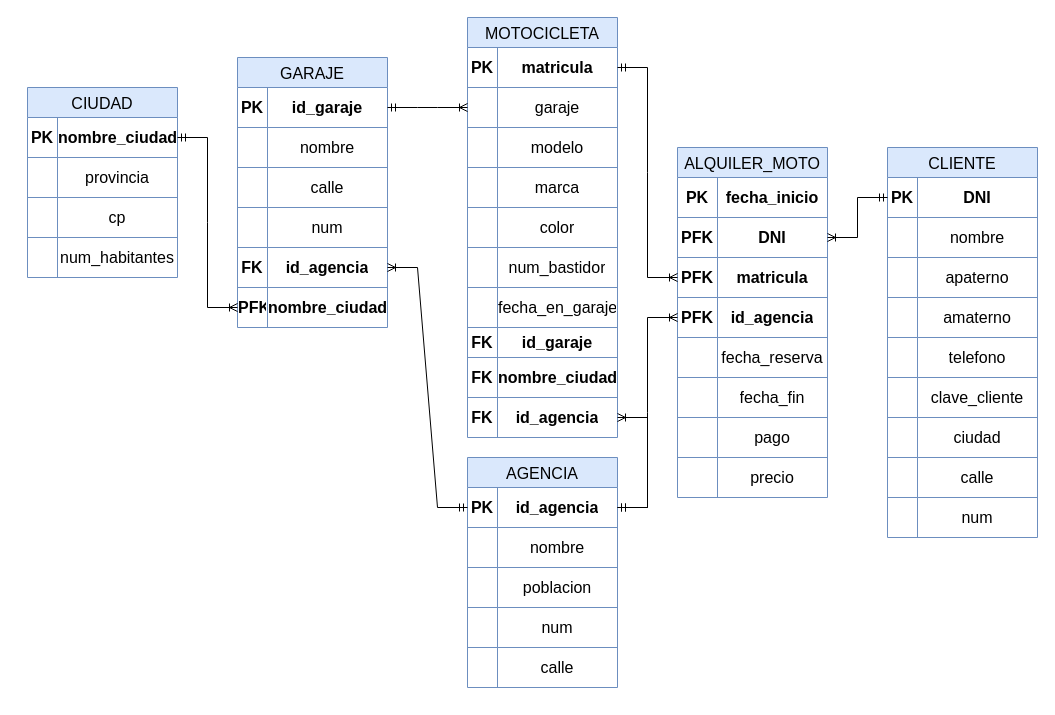
Earlier version of the draw.io diagram Modelo Relacional Motocicletas TBD.drawio (misiomishi/itcj). Source tidied: cells renumbered, new cells numbered last; positions are measured from the earlier drawing's top-left corner, leaving out a move shared by most shapes. Both pictures are drawn from the tidied source at 100%, with x=0, y=0 at pixel (27, 17).
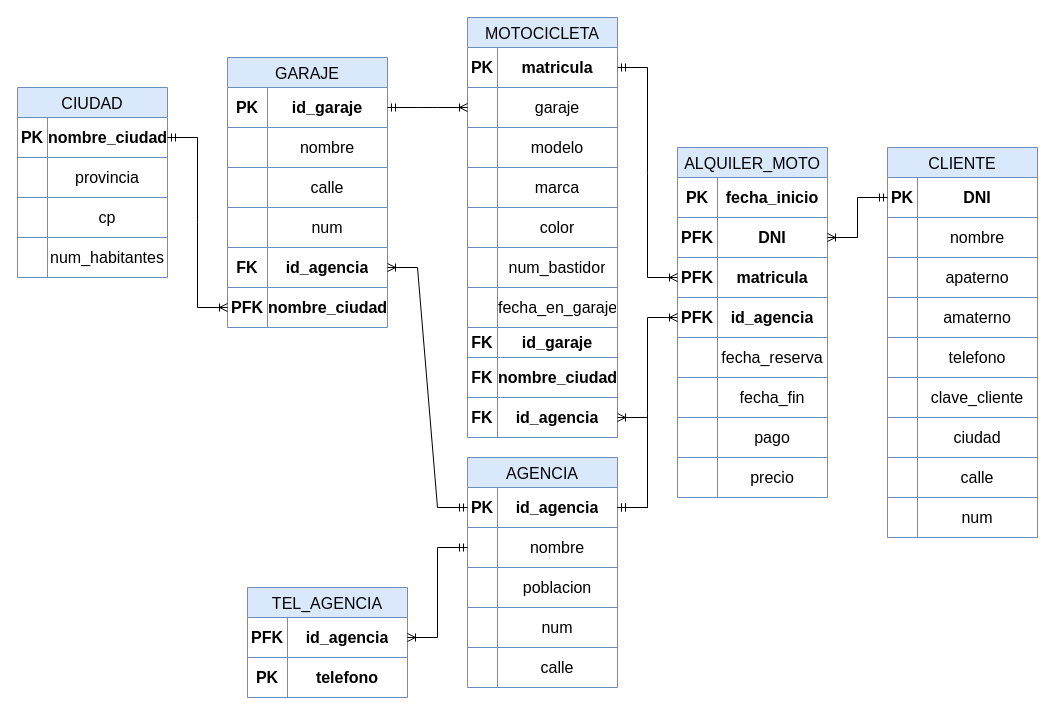
The same diagram, later.

Unchanged cells that the change refers to:
```xml
<mxCell id="19" style="shape=tableRow;horizontal=0;startSize=0;swimlaneHead=0;swimlaneBody=0;strokeColor=inherit;top=0;left=0;bottom=0;right=0;fillColor=none;points=[[0,0.5],[1,0.5]];portConstraint=eastwest;fontSize=16;" parent="15" vertex="1">
  <mxGeometry y="70" width="150" height="40" as="geometry" />
</mxCell>
```

Diff of the diagram source:
```diff
@@
     <mxCell id="2" value="CIUDAD" style="shape=table;startSize=30;childLayout=tableLayout;strokeColor=#6c8ebf;fontSize=16;fillColor=#dae8fc;" parent="1" vertex="1">
-      <mxGeometry y="70" width="150" height="190" as="geometry" />
+      <mxGeometry x="-10" y="70" width="150" height="190" as="geometry" />
     </mxCell>
@@
     <mxCell id="90" value="GARAJE" style="shape=table;startSize=30;childLayout=tableLayout;strokeColor=#6c8ebf;fontSize=16;fillColor=#dae8fc;" parent="1" vertex="1">
-      <mxGeometry x="210" y="40" width="150" height="270" as="geometry" />
+      <mxGeometry x="200" y="40" width="160" height="270" as="geometry" />
     </mxCell>
     <mxCell id="91" style="shape=tableRow;horizontal=0;startSize=0;swimlaneHead=0;swimlaneBody=0;strokeColor=inherit;top=0;left=0;bottom=0;right=0;fillColor=none;points=[[0,0.5],[1,0.5]];portConstraint=eastwest;fontSize=16;" parent="90" vertex="1">
-      <mxGeometry y="30" width="150" height="40" as="geometry" />
+      <mxGeometry y="30" width="160" height="40" as="geometry" />
     </mxCell>
     <mxCell id="92" value="PK" style="shape=partialRectangle;html=1;whiteSpace=wrap;strokeColor=inherit;overflow=hidden;fillColor=none;top=0;left=0;bottom=0;right=0;fontSize=16;fontStyle=1;" parent="91" vertex="1">
-      <mxGeometry width="30" height="40" as="geometry" />
+      <mxGeometry width="40" height="40" as="geometry" />
     </mxCell>
     <mxCell id="93" value="id_garaje" style="shape=partialRectangle;html=1;whiteSpace=wrap;strokeColor=inherit;overflow=hidden;fillColor=none;top=0;left=0;bottom=0;right=0;fontSize=16;fontStyle=1;" parent="91" vertex="1">
-      <mxGeometry x="30" width="120" height="40" as="geometry" />
+      <mxGeometry x="40" width="120" height="40" as="geometry" />
     </mxCell>
     <mxCell id="94" style="shape=tableRow;horizontal=0;startSize=0;swimlaneHead=0;swimlaneBody=0;strokeColor=inherit;top=0;left=0;bottom=0;right=0;fillColor=none;fontSize=16;" parent="90" vertex="1">
-      <mxGeometry y="70" width="150" height="40" as="geometry" />
+      <mxGeometry y="70" width="160" height="40" as="geometry" />
     </mxCell>
     <mxCell id="95" style="shape=partialRectangle;html=1;whiteSpace=wrap;strokeColor=inherit;overflow=hidden;fillColor=none;top=0;left=0;bottom=0;right=0;fontSize=16;" parent="94" vertex="1">
-      <mxGeometry width="30" height="40" as="geometry" />
+      <mxGeometry width="40" height="40" as="geometry" />
     </mxCell>
     <mxCell id="96" value="nombre" style="shape=partialRectangle;html=1;whiteSpace=wrap;strokeColor=inherit;overflow=hidden;fillColor=none;top=0;left=0;bottom=0;right=0;fontSize=16;" parent="94" vertex="1">
-      <mxGeometry x="30" width="120" height="40" as="geometry" />
+      <mxGeometry x="40" width="120" height="40" as="geometry" />
     </mxCell>
     <mxCell id="97" style="shape=tableRow;horizontal=0;startSize=0;swimlaneHead=0;swimlaneBody=0;strokeColor=inherit;top=0;left=0;bottom=0;right=0;fillColor=none;fontSize=16;" parent="90" vertex="1">
-      <mxGeometry y="110" width="150" height="40" as="geometry" />
+      <mxGeometry y="110" width="160" height="40" as="geometry" />
     </mxCell>
     <mxCell id="98" style="shape=partialRectangle;html=1;whiteSpace=wrap;strokeColor=inherit;overflow=hidden;fillColor=none;top=0;left=0;bottom=0;right=0;fontSize=16;" parent="97" vertex="1">
-      <mxGeometry width="30" height="40" as="geometry" />
+      <mxGeometry width="40" height="40" as="geometry" />
     </mxCell>
     <mxCell id="99" value="calle" style="shape=partialRectangle;html=1;whiteSpace=wrap;strokeColor=inherit;overflow=hidden;fillColor=none;top=0;left=0;bottom=0;right=0;fontSize=16;" parent="97" vertex="1">
-      <mxGeometry x="30" width="120" height="40" as="geometry" />
+      <mxGeometry x="40" width="120" height="40" as="geometry" />
     </mxCell>
     <mxCell id="100" style="shape=tableRow;horizontal=0;startSize=0;swimlaneHead=0;swimlaneBody=0;strokeColor=inherit;top=0;left=0;bottom=0;right=0;fillColor=none;fontSize=16;" parent="90" vertex="1">
-      <mxGeometry y="150" width="150" height="40" as="geometry" />
+      <mxGeometry y="150" width="160" height="40" as="geometry" />
     </mxCell>
     <mxCell id="101" style="shape=partialRectangle;html=1;whiteSpace=wrap;strokeColor=inherit;overflow=hidden;fillColor=none;top=0;left=0;bottom=0;right=0;fontSize=16;" parent="100" vertex="1">
-      <mxGeometry width="30" height="40" as="geometry" />
+      <mxGeometry width="40" height="40" as="geometry" />
     </mxCell>
     <mxCell id="102" value="num" style="shape=partialRectangle;html=1;whiteSpace=wrap;strokeColor=inherit;overflow=hidden;fillColor=none;top=0;left=0;bottom=0;right=0;fontSize=16;" parent="100" vertex="1">
-      <mxGeometry x="30" width="120" height="40" as="geometry" />
+      <mxGeometry x="40" width="120" height="40" as="geometry" />
     </mxCell>
     <mxCell id="103" style="shape=tableRow;horizontal=0;startSize=0;swimlaneHead=0;swimlaneBody=0;strokeColor=inherit;top=0;left=0;bottom=0;right=0;fillColor=none;points=[[0,0.5],[1,0.5]];portConstraint=eastwest;fontSize=16;fontStyle=1;" parent="90" vertex="1">
-      <mxGeometry y="190" width="150" height="40" as="geometry" />
+      <mxGeometry y="190" width="160" height="40" as="geometry" />
     </mxCell>
     <mxCell id="104" value="FK" style="shape=partialRectangle;html=1;whiteSpace=wrap;strokeColor=inherit;overflow=hidden;fillColor=none;top=0;left=0;bottom=0;right=0;fontSize=16;fontStyle=1;" parent="103" vertex="1">
-      <mxGeometry width="30" height="40" as="geometry" />
+      <mxGeometry width="40" height="40" as="geometry" />
     </mxCell>
     <mxCell id="105" value="id_agencia" style="shape=partialRectangle;html=1;whiteSpace=wrap;strokeColor=inherit;overflow=hidden;fillColor=none;top=0;left=0;bottom=0;right=0;fontSize=16;fontStyle=1;" parent="103" vertex="1">
-      <mxGeometry x="30" width="120" height="40" as="geometry" />
+      <mxGeometry x="40" width="120" height="40" as="geometry" />
     </mxCell>
     <mxCell id="106" style="shape=tableRow;horizontal=0;startSize=0;swimlaneHead=0;swimlaneBody=0;strokeColor=inherit;top=0;left=0;bottom=0;right=0;fillColor=none;points=[[0,0.5],[1,0.5]];portConstraint=eastwest;fontSize=16;fontStyle=1;" parent="90" vertex="1">
-      <mxGeometry y="230" width="150" height="40" as="geometry" />
+      <mxGeometry y="230" width="160" height="40" as="geometry" />
     </mxCell>
     <mxCell id="107" value="PFK" style="shape=partialRectangle;html=1;whiteSpace=wrap;strokeColor=inherit;overflow=hidden;fillColor=none;top=0;left=0;bottom=0;right=0;fontSize=16;fontStyle=1;" parent="106" vertex="1">
-      <mxGeometry width="30" height="40" as="geometry" />
+      <mxGeometry width="40" height="40" as="geometry" />
     </mxCell>
     <mxCell id="108" value="nombre_ciudad" style="shape=partialRectangle;html=1;whiteSpace=wrap;strokeColor=inherit;overflow=hidden;fillColor=none;top=0;left=0;bottom=0;right=0;fontSize=16;fontStyle=1;" parent="106" vertex="1">
-      <mxGeometry x="30" width="120" height="40" as="geometry" />
+      <mxGeometry x="40" width="120" height="40" as="geometry" />
     </mxCell>
@@
+    <mxCell id="141" value="TEL_AGENCIA" style="shape=table;startSize=30;childLayout=tableLayout;strokeColor=#6c8ebf;fontSize=16;fillColor=#dae8fc;" parent="1" vertex="1">
+      <mxGeometry x="220" y="570" width="160" height="110" as="geometry" />
+    </mxCell>
+    <mxCell id="142" style="shape=tableRow;horizontal=0;startSize=0;swimlaneHead=0;swimlaneBody=0;strokeColor=inherit;top=0;left=0;bottom=0;right=0;fillColor=none;points=[[0,0.5],[1,0.5]];portConstraint=eastwest;fontSize=16;" parent="141" vertex="1">
+      <mxGeometry y="30" width="160" height="40" as="geometry" />
+    </mxCell>
+    <mxCell id="143" value="PFK" style="shape=partialRectangle;html=1;whiteSpace=wrap;strokeColor=inherit;overflow=hidden;fillColor=none;top=0;left=0;bottom=0;right=0;fontSize=16;fontStyle=1;" parent="142" vertex="1">
+      <mxGeometry width="40" height="40" as="geometry" />
+    </mxCell>
+    <mxCell id="144" value="id_agencia" style="shape=partialRectangle;html=1;whiteSpace=wrap;strokeColor=inherit;overflow=hidden;fillColor=none;top=0;left=0;bottom=0;right=0;fontSize=16;fontStyle=1;" parent="142" vertex="1">
+      <mxGeometry x="40" width="120" height="40" as="geometry" />
+    </mxCell>
+    <mxCell id="145" style="shape=tableRow;horizontal=0;startSize=0;swimlaneHead=0;swimlaneBody=0;strokeColor=inherit;top=0;left=0;bottom=0;right=0;fillColor=none;fontSize=16;" parent="141" vertex="1">
+      <mxGeometry y="70" width="160" height="40" as="geometry" />
+    </mxCell>
+    <mxCell id="146" value="PK" style="shape=partialRectangle;html=1;whiteSpace=wrap;strokeColor=inherit;overflow=hidden;fillColor=none;top=0;left=0;bottom=0;right=0;fontSize=16;fontStyle=1;" parent="145" vertex="1">
+      <mxGeometry width="40" height="40" as="geometry" />
+    </mxCell>
+    <mxCell id="147" value="telefono" style="shape=partialRectangle;html=1;whiteSpace=wrap;strokeColor=inherit;overflow=hidden;fillColor=none;top=0;left=0;bottom=0;right=0;fontSize=16;fontStyle=1;" parent="145" vertex="1">
+      <mxGeometry x="40" width="120" height="40" as="geometry" />
+    </mxCell>
+    <mxCell id="148" style="edgeStyle=entityRelationEdgeStyle;fontSize=12;html=1;endArrow=ERoneToMany;startArrow=ERmandOne;rounded=0;exitX=0;exitY=0.5;exitDx=0;exitDy=0;entryX=1;entryY=0.5;entryDx=0;entryDy=0;" parent="1" edge="1" source="19" target="142">
+      <mxGeometry relative="1" as="geometry" />
+    </mxCell>
```
